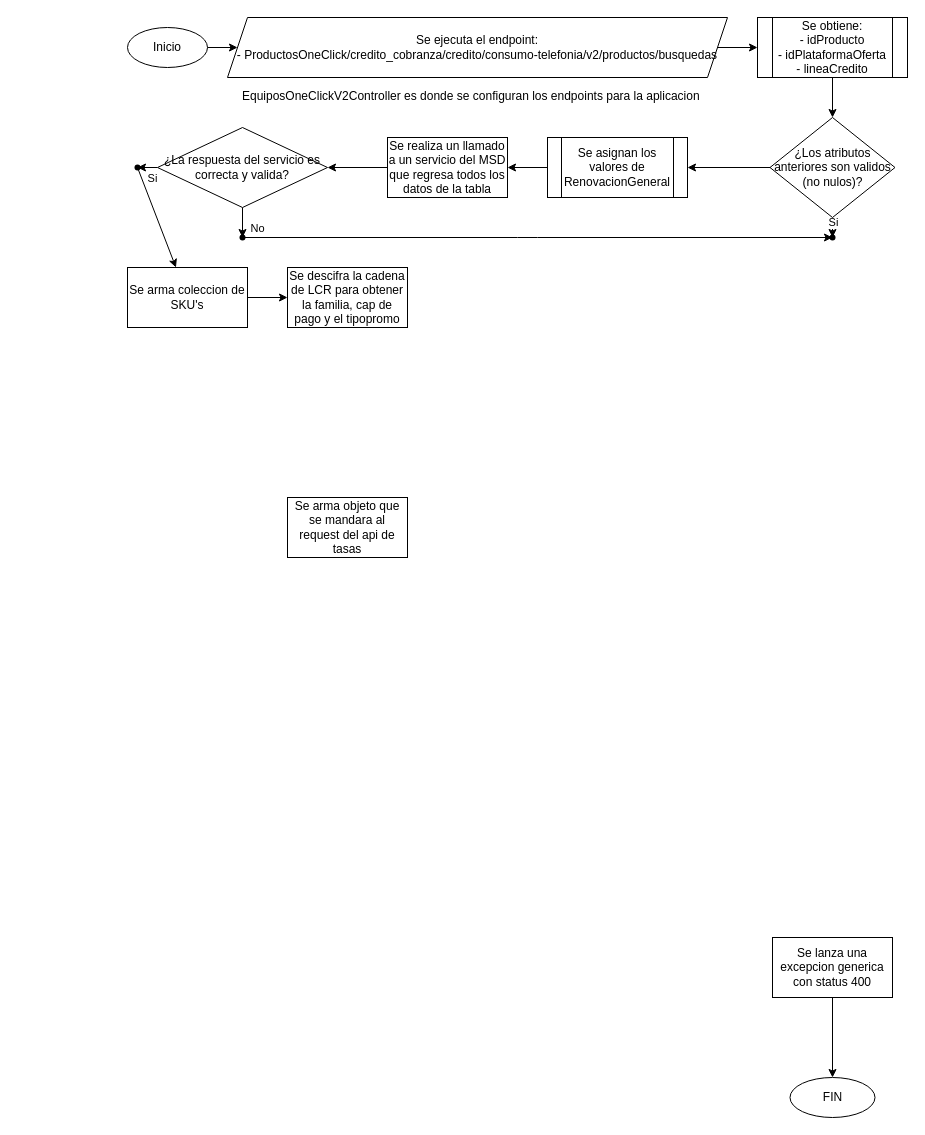
This is Untitled Diagram.drawio from Retsamyo/hello-world, a draw.io file, before an edit. Source tidied: cells renumbered, new cells numbered last; positions are measured from the earlier drawing's top-left corner, leaving out a move shared by most shapes. Both pictures are drawn from the tidied source at 100%, with x=0, y=0 at pixel (117, 17).
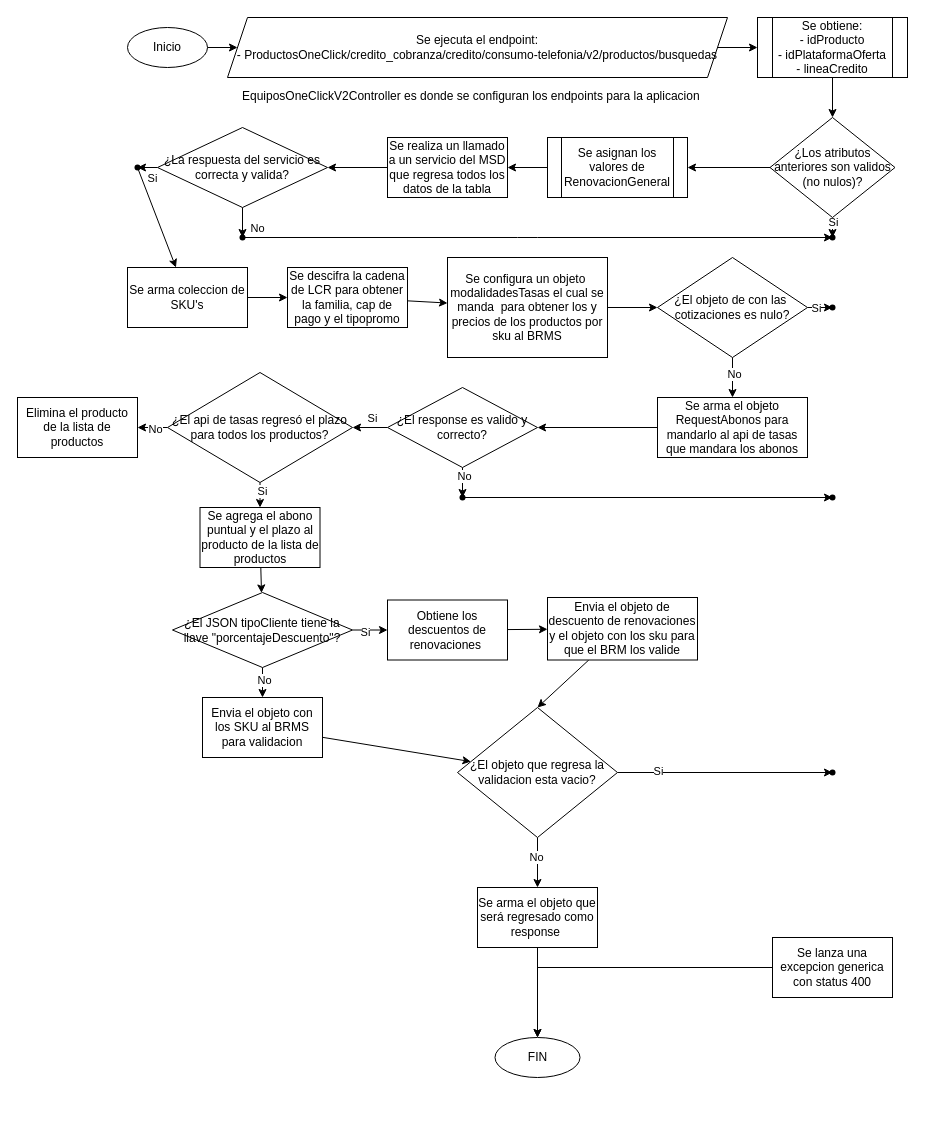
Above is the later version.

Unchanged cells that the change refers to:
```xml
<mxCell id="33" value="Se descifra la cadena de LCR para obtener la familia, cap de pago y el tipopromo" style="whiteSpace=wrap;html=1;rounded=0;" parent="1" vertex="1">
  <mxGeometry x="170" y="250" width="120" height="60" as="geometry" />
</mxCell>
```

The edit, as a diff of the source:
```diff
@@
     <mxCell id="13" value="FIN" style="ellipse;whiteSpace=wrap;html=1;" parent="1" vertex="1">
-      <mxGeometry x="672.5" y="1060" width="85" height="40" as="geometry" />
+      <mxGeometry x="377.5" y="1020" width="85" height="40" as="geometry" />
     </mxCell>
@@
-    <mxCell id="32" value="Se arma objeto que se mandara al request del api de tasas" style="whiteSpace=wrap;html=1;rounded=0;" parent="1" vertex="1">
-      <mxGeometry x="170" y="480" width="120" height="60" as="geometry" />
-    </mxCell>
+    <mxCell id="34" style="edgeStyle=none;rounded=0;jettySize=auto;html=1;" parent="1" edge="1" source="33" target="36">
+      <mxGeometry relative="1" as="geometry" />
+    </mxCell>
@@
+    <mxCell id="35" style="edgeStyle=none;rounded=0;jettySize=auto;html=1;" parent="1" edge="1" source="36" target="41">
+      <mxGeometry relative="1" as="geometry" />
+    </mxCell>
+    <mxCell id="36" value="Se configura un objeto&amp;nbsp; modalidadesTasas el cual se manda&amp;nbsp; para obtener los y precios de los productos por sku al BRMS" style="whiteSpace=wrap;html=1;rounded=0;" parent="1" vertex="1">
+      <mxGeometry x="330" y="240" width="160" height="100" as="geometry" />
+    </mxCell>
+    <mxCell id="37" style="edgeStyle=none;rounded=0;jettySize=auto;html=1;" parent="1" edge="1" source="41" target="42">
+      <mxGeometry relative="1" as="geometry" />
+    </mxCell>
+    <mxCell id="38" value="Si" style="edgeLabel;html=1;align=center;verticalAlign=middle;" parent="37" vertex="1">
+      <mxGeometry x="-0.36" relative="1" as="geometry" />
+    </mxCell>
+    <mxCell id="39" style="edgeStyle=none;rounded=0;jettySize=auto;html=1;" parent="1" edge="1" source="41" target="44">
+      <mxGeometry relative="1" as="geometry" />
+    </mxCell>
+    <mxCell id="40" value="No" style="edgeLabel;html=1;align=center;verticalAlign=middle;" parent="39" vertex="1">
+      <mxGeometry x="-0.22" y="1" relative="1" as="geometry" />
+    </mxCell>
+    <mxCell id="41" value="¿El objeto de con las&amp;nbsp; cotizaciones es nulo?" style="rhombus;whiteSpace=wrap;html=1;rounded=0;" parent="1" vertex="1">
+      <mxGeometry x="540" y="240" width="150" height="100" as="geometry" />
+    </mxCell>
+    <mxCell id="42" style="shape=waypoint;size=6;points=[];fillColor=#ffffff;perimeter=centerPerimeter;snapToPoint=1;rounded=0;" parent="1" vertex="1">
+      <mxGeometry x="695" y="270" width="40" height="40" as="geometry" />
+    </mxCell>
+    <mxCell id="43" style="edgeStyle=none;rounded=0;jettySize=auto;html=1;" parent="1" edge="1" source="44" target="49">
+      <mxGeometry relative="1" as="geometry" />
+    </mxCell>
+    <mxCell id="44" value="Se arma el objeto RequestAbonos para mandarlo al api de tasas que mandara los abonos" style="whiteSpace=wrap;html=1;rounded=0;" parent="1" vertex="1">
+      <mxGeometry x="540" y="380" width="150" height="60" as="geometry" />
+    </mxCell>
+    <mxCell id="45" style="edgeStyle=none;rounded=0;jettySize=auto;html=1;" parent="1" edge="1" source="49" target="57">
+      <mxGeometry relative="1" as="geometry" />
+    </mxCell>
+    <mxCell id="46" value="Si" style="edgeLabel;html=1;align=center;verticalAlign=middle;" parent="45" vertex="1">
+      <mxGeometry x="0.45" relative="1" as="geometry">
+        <mxPoint x="9" y="-10" as="offset" />
+      </mxGeometry>
+    </mxCell>
+    <mxCell id="47" style="edgeStyle=none;rounded=0;jettySize=auto;html=1;" parent="1" edge="1" source="49" target="50">
+      <mxGeometry relative="1" as="geometry" />
+    </mxCell>
+    <mxCell id="48" value="No" style="edgeLabel;html=1;align=center;verticalAlign=middle;" parent="47" vertex="1">
+      <mxGeometry x="-0.5" y="1" relative="1" as="geometry" />
+    </mxCell>
+    <mxCell id="49" value="¿El response es valido y correcto?" style="rhombus;whiteSpace=wrap;html=1;rounded=0;" parent="1" vertex="1">
+      <mxGeometry x="270" y="370" width="150" height="80" as="geometry" />
+    </mxCell>
+    <mxCell id="50" style="shape=waypoint;size=6;points=[];fillColor=#ffffff;perimeter=centerPerimeter;snapToPoint=1;rounded=0;" parent="1" vertex="1">
+      <mxGeometry x="325" y="460" width="40" height="40" as="geometry" />
+    </mxCell>
+    <mxCell id="51" style="endArrow=classic;html=1;entryX=0.475;entryY=0.584;entryDx=0;entryDy=0;entryPerimeter=0;" parent="1" edge="1" source="50" target="52">
+      <mxGeometry relative="1" as="geometry" />
+    </mxCell>
+    <mxCell id="52" style="shape=waypoint;size=6;points=[];fillColor=#ffffff;perimeter=centerPerimeter;snapToPoint=1;rounded=0;" parent="1" vertex="1">
+      <mxGeometry x="695" y="460" width="40" height="40" as="geometry" />
+    </mxCell>
+    <mxCell id="53" style="edgeStyle=none;rounded=0;jettySize=auto;html=1;entryX=0.5;entryY=0;entryDx=0;entryDy=0;" parent="1" edge="1" source="57" target="59">
+      <mxGeometry relative="1" as="geometry" />
+    </mxCell>
+    <mxCell id="54" value="Si" style="edgeLabel;html=1;align=center;verticalAlign=middle;" parent="53" vertex="1">
+      <mxGeometry x="-0.35" y="2" relative="1" as="geometry" />
+    </mxCell>
+    <mxCell id="55" style="edgeStyle=none;rounded=0;jettySize=auto;html=1;" parent="1" edge="1" source="57" target="60">
+      <mxGeometry relative="1" as="geometry" />
+    </mxCell>
+    <mxCell id="56" value="No" style="edgeLabel;html=1;align=center;verticalAlign=middle;" parent="55" vertex="1">
+      <mxGeometry x="-0.14" y="1" relative="1" as="geometry" />
+    </mxCell>
+    <mxCell id="57" value="¿El api de tasas regresó el plazo para todos los productos?" style="rhombus;whiteSpace=wrap;html=1;" parent="1" vertex="1">
+      <mxGeometry x="50" y="355" width="185" height="110" as="geometry" />
+    </mxCell>
+    <mxCell id="58" style="edgeStyle=none;rounded=0;jettySize=auto;html=1;" parent="1" edge="1" source="59" target="65">
+      <mxGeometry relative="1" as="geometry" />
+    </mxCell>
+    <mxCell id="59" value="Se agrega el abono puntual y el plazo al producto de la lista de productos" style="rounded=0;whiteSpace=wrap;html=1;" parent="1" vertex="1">
+      <mxGeometry x="82.5" y="490" width="120" height="60" as="geometry" />
+    </mxCell>
+    <mxCell id="60" value="Elimina el producto de la lista de productos" style="whiteSpace=wrap;html=1;" parent="1" vertex="1">
+      <mxGeometry x="-100" y="380" width="120" height="60" as="geometry" />
+    </mxCell>
+    <mxCell id="61" style="edgeStyle=none;rounded=0;jettySize=auto;html=1;" parent="1" edge="1" source="65" target="67">
+      <mxGeometry relative="1" as="geometry" />
+    </mxCell>
+    <mxCell id="62" value="Si" style="edgeLabel;html=1;align=center;verticalAlign=middle;" parent="61" vertex="1">
+      <mxGeometry x="-0.32" y="-2" relative="1" as="geometry" />
+    </mxCell>
+    <mxCell id="63" style="edgeStyle=none;rounded=0;jettySize=auto;html=1;" parent="1" edge="1" source="65" target="69">
+      <mxGeometry relative="1" as="geometry" />
+    </mxCell>
+    <mxCell id="64" value="No" style="edgeLabel;html=1;align=center;verticalAlign=middle;" parent="63" vertex="1">
+      <mxGeometry x="-0.21" y="1" relative="1" as="geometry" />
+    </mxCell>
+    <mxCell id="65" value="¿El JSON tipoCliente tiene la llave &quot;porcentajeDescuento&quot;?" style="rhombus;whiteSpace=wrap;html=1;rounded=0;" parent="1" vertex="1">
+      <mxGeometry x="55" y="575" width="180" height="75" as="geometry" />
+    </mxCell>
+    <mxCell id="66" style="edgeStyle=none;rounded=0;jettySize=auto;html=1;" parent="1" edge="1" source="67" target="71">
+      <mxGeometry relative="1" as="geometry" />
+    </mxCell>
+    <mxCell id="67" value="&lt;span&gt;Obtiene los descuentos de renovaciones&amp;nbsp;&lt;/span&gt;" style="whiteSpace=wrap;html=1;rounded=0;" parent="1" vertex="1">
+      <mxGeometry x="270" y="582.5" width="120" height="60" as="geometry" />
+    </mxCell>
+    <mxCell id="68" style="edgeStyle=none;rounded=0;jettySize=auto;html=1;" parent="1" edge="1" source="69" target="76">
+      <mxGeometry relative="1" as="geometry" />
+    </mxCell>
+    <mxCell id="69" value="Envia el objeto con los SKU al BRMS para validacion" style="whiteSpace=wrap;html=1;rounded=0;" parent="1" vertex="1">
+      <mxGeometry x="85" y="680" width="120" height="60" as="geometry" />
+    </mxCell>
+    <mxCell id="70" style="edgeStyle=none;rounded=0;jettySize=auto;html=1;entryX=0.5;entryY=0;entryDx=0;entryDy=0;" parent="1" edge="1" source="71" target="76">
+      <mxGeometry relative="1" as="geometry" />
+    </mxCell>
+    <mxCell id="71" value="Envia el objeto de descuento de renovaciones y el objeto con los sku para que el BRM los valide" style="whiteSpace=wrap;html=1;rounded=0;" parent="1" vertex="1">
+      <mxGeometry x="430" y="580" width="150" height="62.5" as="geometry" />
+    </mxCell>
+    <mxCell id="72" style="edgeStyle=none;rounded=0;jettySize=auto;html=1;" parent="1" edge="1" source="76" target="77">
+      <mxGeometry relative="1" as="geometry" />
+    </mxCell>
+    <mxCell id="73" value="Si" style="edgeLabel;html=1;align=center;verticalAlign=middle;" parent="72" vertex="1">
+      <mxGeometry x="-0.63" y="2" relative="1" as="geometry" />
+    </mxCell>
+    <mxCell id="74" style="edgeStyle=none;rounded=0;jettySize=auto;html=1;" parent="1" edge="1" source="76" target="79">
+      <mxGeometry relative="1" as="geometry" />
+    </mxCell>
+    <mxCell id="75" value="No" style="edgeLabel;html=1;align=center;verticalAlign=middle;" parent="74" vertex="1">
+      <mxGeometry x="-0.23" y="-2" relative="1" as="geometry" />
+    </mxCell>
+    <mxCell id="76" value="¿El objeto que regresa la validacion esta vacio?" style="rhombus;whiteSpace=wrap;html=1;rounded=0;" parent="1" vertex="1">
+      <mxGeometry x="340" y="690" width="160" height="130" as="geometry" />
+    </mxCell>
+    <mxCell id="77" style="shape=waypoint;size=6;points=[];fillColor=#ffffff;perimeter=centerPerimeter;snapToPoint=1;rounded=0;" parent="1" vertex="1">
+      <mxGeometry x="695" y="735" width="40" height="40" as="geometry" />
+    </mxCell>
+    <mxCell id="78" style="edgeStyle=none;rounded=0;jettySize=auto;html=1;" parent="1" edge="1" source="79" target="13">
+      <mxGeometry relative="1" as="geometry" />
+    </mxCell>
+    <mxCell id="79" value="Se arma el objeto que será regresado como response&amp;nbsp;" style="whiteSpace=wrap;html=1;rounded=0;" parent="1" vertex="1">
+      <mxGeometry x="360" y="870" width="120" height="60" as="geometry" />
+    </mxCell>
```
